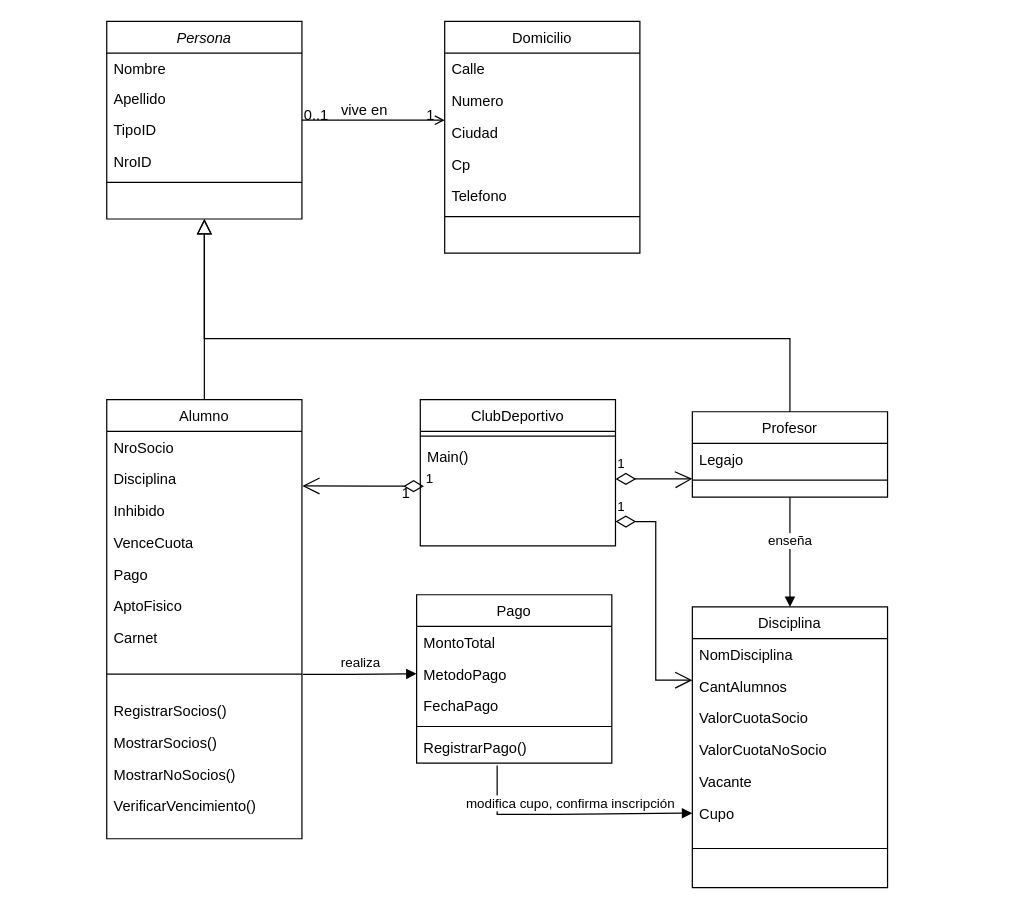
Before: ClubDeportivo.drawio in Alexa-2k/Club, a draw.io diagram. Source tidied: cells renumbered, new cells numbered last; positions are measured from the earlier drawing's top-left corner, leaving out a move shared by most shapes. Both pictures are drawn from the tidied source at 122%, with x=0, y=0 at pixel (106, 21).
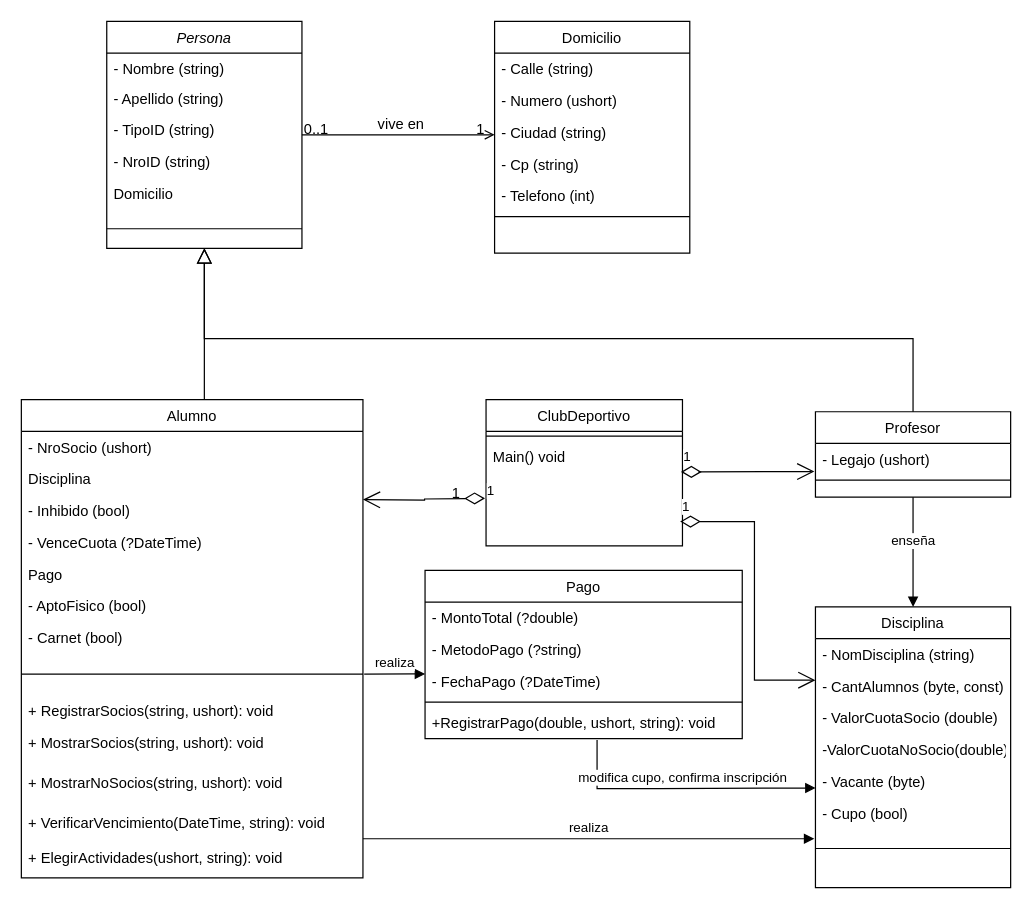
The same page after the edit.

Diff of the diagram source:
```diff
@@
     <mxCell id="2" value="Persona" style="swimlane;fontStyle=2;align=center;verticalAlign=top;horizontal=1;startSize=26;rounded=0;shadow=0;strokeWidth=1;" parent="1" vertex="1">
-      <mxGeometry width="160" height="162" as="geometry" />
+      <mxGeometry width="160" height="186" as="geometry" />
     </mxCell>
-    <mxCell id="3" value="Nombre" style="text;align=left;verticalAlign=top;spacingLeft=4;spacingRight=4;overflow=hidden;" parent="2" vertex="1">
+    <mxCell id="3" value="- Nombre (string)" style="text;align=left;verticalAlign=top;spacingLeft=4;spacingRight=4;overflow=hidden;" parent="2" vertex="1">
       <mxGeometry y="26" width="160" height="24" as="geometry" />
     </mxCell>
-    <mxCell id="4" value="Apellido" style="text;align=left;verticalAlign=top;spacingLeft=4;spacingRight=4;overflow=hidden;rounded=0;shadow=0;html=0;" parent="2" vertex="1">
+    <mxCell id="4" value="- Apellido (string)" style="text;align=left;verticalAlign=top;spacingLeft=4;spacingRight=4;overflow=hidden;rounded=0;shadow=0;html=0;" parent="2" vertex="1">
       <mxGeometry y="50" width="160" height="26" as="geometry" />
     </mxCell>
-    <mxCell id="5" value="TipoID" style="text;align=left;verticalAlign=top;spacingLeft=4;spacingRight=4;overflow=hidden;rounded=0;shadow=0;html=0;" parent="2" vertex="1">
+    <mxCell id="5" value="- TipoID (string)" style="text;align=left;verticalAlign=top;spacingLeft=4;spacingRight=4;overflow=hidden;rounded=0;shadow=0;html=0;" parent="2" vertex="1">
       <mxGeometry y="76" width="160" height="26" as="geometry" />
     </mxCell>
-    <mxCell id="6" value="NroID" style="text;align=left;verticalAlign=top;spacingLeft=4;spacingRight=4;overflow=hidden;rounded=0;shadow=0;html=0;" parent="2" vertex="1">
+    <mxCell id="6" value="- NroID (string)" style="text;align=left;verticalAlign=top;spacingLeft=4;spacingRight=4;overflow=hidden;rounded=0;shadow=0;html=0;" parent="2" vertex="1">
       <mxGeometry y="102" width="160" height="26" as="geometry" />
     </mxCell>
+    <mxCell id="61" value="Domicilio" style="text;align=left;verticalAlign=top;spacingLeft=4;spacingRight=4;overflow=hidden;rounded=0;shadow=0;html=0;" parent="2" vertex="1">
+      <mxGeometry y="128" width="160" height="26" as="geometry" />
+    </mxCell>
     <mxCell id="7" style="line;html=1;strokeWidth=1;align=left;verticalAlign=middle;spacingTop=-1;spacingLeft=3;spacingRight=3;labelPosition=right;" parent="2" vertex="1">
-      <mxGeometry y="128" width="160" height="8" as="geometry" />
+      <mxGeometry y="154" width="160" height="32" as="geometry" />
     </mxCell>
     <mxCell id="8" value="Alumno" style="swimlane;fontStyle=0;align=center;verticalAlign=top;horizontal=1;startSize=26;rounded=0;shadow=0;strokeWidth=1;" parent="1" vertex="1">
-      <mxGeometry y="310" width="160" height="360" as="geometry" />
+      <mxGeometry x="-70" y="310" width="280" height="392" as="geometry" />
     </mxCell>
-    <mxCell id="9" value="NroSocio" style="text;align=left;verticalAlign=top;spacingLeft=4;spacingRight=4;overflow=hidden;" parent="8" vertex="1">
-      <mxGeometry y="26" width="160" height="26" as="geometry" />
+    <mxCell id="9" value="- NroSocio (ushort)" style="text;align=left;verticalAlign=top;spacingLeft=4;spacingRight=4;overflow=hidden;" parent="8" vertex="1">
+      <mxGeometry y="26" width="280" height="26" as="geometry" />
     </mxCell>
-    <mxCell id="10" value="Disciplina" style="text;align=left;verticalAlign=top;spacingLeft=4;spacingRight=4;overflow=hidden;points=[[0,0.5],[1,0.5]];portConstraint=eastwest;" parent="8" vertex="1">
-      <mxGeometry y="52" width="160" height="26" as="geometry" />
+    <mxCell id="10" value="Disciplina  " style="text;align=left;verticalAlign=top;spacingLeft=4;spacingRight=4;overflow=hidden;points=[[0,0.5],[1,0.5]];portConstraint=eastwest;" parent="8" vertex="1">
+      <mxGeometry y="52" width="280" height="26" as="geometry" />
     </mxCell>
-    <mxCell id="11" value="Inhibido" style="text;align=left;verticalAlign=top;spacingLeft=4;spacingRight=4;overflow=hidden;rounded=0;shadow=0;html=0;" parent="8" vertex="1">
-      <mxGeometry y="78" width="160" height="26" as="geometry" />
+    <mxCell id="11" value="- Inhibido (bool)" style="text;align=left;verticalAlign=top;spacingLeft=4;spacingRight=4;overflow=hidden;rounded=0;shadow=0;html=0;" parent="8" vertex="1">
+      <mxGeometry y="78" width="280" height="26" as="geometry" />
     </mxCell>
-    <mxCell id="12" value="VenceCuota" style="text;align=left;verticalAlign=top;spacingLeft=4;spacingRight=4;overflow=hidden;" parent="8" vertex="1">
-      <mxGeometry y="104" width="160" height="26" as="geometry" />
+    <mxCell id="12" value="- VenceCuota (?DateTime)" style="text;align=left;verticalAlign=top;spacingLeft=4;spacingRight=4;overflow=hidden;" parent="8" vertex="1">
+      <mxGeometry y="104" width="280" height="26" as="geometry" />
     </mxCell>
     <mxCell id="13" value="Pago" style="text;align=left;verticalAlign=top;spacingLeft=4;spacingRight=4;overflow=hidden;" parent="8" vertex="1">
-      <mxGeometry y="130" width="160" height="26" as="geometry" />
+      <mxGeometry y="130" width="280" height="26" as="geometry" />
     </mxCell>
-    <mxCell id="14" value="AptoFisico" style="text;align=left;verticalAlign=top;spacingLeft=4;spacingRight=4;overflow=hidden;" parent="8" vertex="1">
-      <mxGeometry y="156" width="160" height="26" as="geometry" />
+    <mxCell id="14" value="- AptoFisico (bool)" style="text;align=left;verticalAlign=top;spacingLeft=4;spacingRight=4;overflow=hidden;" parent="8" vertex="1">
+      <mxGeometry y="156" width="280" height="26" as="geometry" />
     </mxCell>
-    <mxCell id="15" value="Carnet" style="text;align=left;verticalAlign=top;spacingLeft=4;spacingRight=4;overflow=hidden;" parent="8" vertex="1">
-      <mxGeometry y="182" width="160" height="26" as="geometry" />
+    <mxCell id="15" value="- Carnet (bool)" style="text;align=left;verticalAlign=top;spacingLeft=4;spacingRight=4;overflow=hidden;" parent="8" vertex="1">
+      <mxGeometry y="182" width="280" height="26" as="geometry" />
     </mxCell>
     <mxCell id="16" style="line;html=1;strokeWidth=1;align=left;verticalAlign=middle;spacingTop=-1;spacingLeft=3;spacingRight=3;labelPosition=right;" parent="8" vertex="1">
-      <mxGeometry y="208" width="160" height="34" as="geometry" />
+      <mxGeometry y="208" width="280" height="34" as="geometry" />
     </mxCell>
-    <mxCell id="17" value="RegistrarSocios()" style="text;align=left;verticalAlign=top;spacingLeft=4;spacingRight=4;overflow=hidden;" parent="8" vertex="1">
-      <mxGeometry y="242" width="160" height="26" as="geometry" />
+    <mxCell id="17" value="+ RegistrarSocios(string, ushort): void" style="text;align=left;verticalAlign=top;spacingLeft=4;spacingRight=4;overflow=hidden;" parent="8" vertex="1">
+      <mxGeometry y="242" width="280" height="26" as="geometry" />
     </mxCell>
-    <mxCell id="18" value="MostrarSocios()" style="text;align=left;verticalAlign=top;spacingLeft=4;spacingRight=4;overflow=hidden;" parent="8" vertex="1">
-      <mxGeometry y="268" width="160" height="26" as="geometry" />
+    <mxCell id="18" value="+ MostrarSocios(string, ushort): void" style="text;align=left;verticalAlign=top;spacingLeft=4;spacingRight=4;overflow=hidden;" parent="8" vertex="1">
+      <mxGeometry y="268" width="280" height="33" as="geometry" />
     </mxCell>
-    <mxCell id="19" value="MostrarNoSocios()" style="text;align=left;verticalAlign=top;spacingLeft=4;spacingRight=4;overflow=hidden;" parent="8" vertex="1">
-      <mxGeometry y="294" width="160" height="26" as="geometry" />
+    <mxCell id="19" value="+ MostrarNoSocios(string, ushort): void" style="text;align=left;verticalAlign=top;spacingLeft=4;spacingRight=4;overflow=hidden;" parent="8" vertex="1">
+      <mxGeometry y="301" width="280" height="33" as="geometry" />
     </mxCell>
-    <mxCell id="20" value="VerificarVencimiento()" style="text;align=left;verticalAlign=top;spacingLeft=4;spacingRight=4;overflow=hidden;points=[[0,0.5],[1,0.5]];portConstraint=eastwest;" parent="8" vertex="1">
-      <mxGeometry y="320" width="160" height="26" as="geometry" />
+    <mxCell id="20" value="+ VerificarVencimiento(DateTime, string): void" style="text;align=left;verticalAlign=top;spacingLeft=4;spacingRight=4;overflow=hidden;points=[[0,0.5],[1,0.5]];portConstraint=eastwest;" parent="8" vertex="1">
+      <mxGeometry y="334" width="280" height="28" as="geometry" />
     </mxCell>
+    <mxCell id="62" value="+ ElegirActividades(ushort, string): void" style="text;align=left;verticalAlign=top;spacingLeft=4;spacingRight=4;overflow=hidden;" parent="8" vertex="1">
+      <mxGeometry y="362" width="280" height="26" as="geometry" />
+    </mxCell>
     <mxCell id="21" style="endArrow=block;endSize=10;endFill=0;shadow=0;strokeWidth=1;rounded=0;curved=0;edgeStyle=elbowEdgeStyle;elbow=vertical;" parent="1" edge="1" source="8" target="2">
-      <mxGeometry relative="1" as="geometry" />
+      <mxGeometry relative="1" as="geometry">
+        <Array as="points">
+          <mxPoint x="80" y="260" />
+        </Array>
+      </mxGeometry>
     </mxCell>
     <mxCell id="22" value="Profesor" style="swimlane;fontStyle=0;align=center;verticalAlign=top;horizontal=1;startSize=26;rounded=0;shadow=0;strokeWidth=1;" parent="1" vertex="1">
-      <mxGeometry x="480" y="320" width="160" height="70" as="geometry" />
+      <mxGeometry x="580.9" y="320" width="160" height="70" as="geometry" />
     </mxCell>
-    <mxCell id="23" value="Legajo" style="text;align=left;verticalAlign=top;spacingLeft=4;spacingRight=4;overflow=hidden;" parent="22" vertex="1">
+    <mxCell id="23" value="- Legajo (ushort)" style="text;align=left;verticalAlign=top;spacingLeft=4;spacingRight=4;overflow=hidden;" parent="22" vertex="1">
       <mxGeometry y="26" width="160" height="26" as="geometry" />
     </mxCell>
@@
     <mxCell id="26" value="Domicilio" style="swimlane;fontStyle=0;align=center;verticalAlign=top;horizontal=1;startSize=26;rounded=0;shadow=0;strokeWidth=1;" parent="1" vertex="1">
-      <mxGeometry x="277" width="160" height="190" as="geometry" />
+      <mxGeometry x="317.9" width="160" height="190" as="geometry" />
     </mxCell>
-    <mxCell id="27" value="Calle" style="text;align=left;verticalAlign=top;spacingLeft=4;spacingRight=4;overflow=hidden;" parent="26" vertex="1">
+    <mxCell id="27" value="- Calle (string)" style="text;align=left;verticalAlign=top;spacingLeft=4;spacingRight=4;overflow=hidden;" parent="26" vertex="1">
       <mxGeometry y="26" width="160" height="26" as="geometry" />
     </mxCell>
-    <mxCell id="28" value="Numero" style="text;align=left;verticalAlign=top;spacingLeft=4;spacingRight=4;overflow=hidden;rounded=0;shadow=0;html=0;" parent="26" vertex="1">
+    <mxCell id="28" value="- Numero (ushort)" style="text;align=left;verticalAlign=top;spacingLeft=4;spacingRight=4;overflow=hidden;rounded=0;shadow=0;html=0;" parent="26" vertex="1">
       <mxGeometry y="52" width="160" height="26" as="geometry" />
     </mxCell>
-    <mxCell id="29" value="Ciudad" style="text;align=left;verticalAlign=top;spacingLeft=4;spacingRight=4;overflow=hidden;rounded=0;shadow=0;html=0;" parent="26" vertex="1">
+    <mxCell id="29" value="- Ciudad (string)" style="text;align=left;verticalAlign=top;spacingLeft=4;spacingRight=4;overflow=hidden;rounded=0;shadow=0;html=0;" parent="26" vertex="1">
       <mxGeometry y="78" width="160" height="26" as="geometry" />
     </mxCell>
-    <mxCell id="30" value="Cp" style="text;align=left;verticalAlign=top;spacingLeft=4;spacingRight=4;overflow=hidden;rounded=0;shadow=0;html=0;" parent="26" vertex="1">
+    <mxCell id="30" value="- Cp (string)" style="text;align=left;verticalAlign=top;spacingLeft=4;spacingRight=4;overflow=hidden;rounded=0;shadow=0;html=0;" parent="26" vertex="1">
       <mxGeometry y="104" width="160" height="26" as="geometry" />
     </mxCell>
-    <mxCell id="31" value="Telefono" style="text;align=left;verticalAlign=top;spacingLeft=4;spacingRight=4;overflow=hidden;rounded=0;shadow=0;html=0;" parent="26" vertex="1">
+    <mxCell id="31" value="- Telefono (int)" style="text;align=left;verticalAlign=top;spacingLeft=4;spacingRight=4;overflow=hidden;rounded=0;shadow=0;html=0;" parent="26" vertex="1">
       <mxGeometry y="130" width="160" height="26" as="geometry" />
     </mxCell>
@@
     <mxCell id="37" value="Disciplina" style="swimlane;fontStyle=0;align=center;verticalAlign=top;horizontal=1;startSize=26;rounded=0;shadow=0;strokeWidth=1;" parent="1" vertex="1">
-      <mxGeometry x="480" y="480" width="160" height="230" as="geometry" />
+      <mxGeometry x="580.9" y="480" width="160" height="230" as="geometry" />
     </mxCell>
-    <mxCell id="38" value="NomDisciplina" style="text;align=left;verticalAlign=top;spacingLeft=4;spacingRight=4;overflow=hidden;" parent="37" vertex="1">
+    <mxCell id="38" value="- NomDisciplina (string)" style="text;align=left;verticalAlign=top;spacingLeft=4;spacingRight=4;overflow=hidden;" parent="37" vertex="1">
       <mxGeometry y="26" width="160" height="26" as="geometry" />
     </mxCell>
-    <mxCell id="39" value="CantAlumnos" style="text;align=left;verticalAlign=top;spacingLeft=4;spacingRight=4;overflow=hidden;points=[[0,0.5],[1,0.5]];portConstraint=eastwest;rounded=0;shadow=0;html=0;" parent="37" vertex="1">
+    <mxCell id="39" value="- CantAlumnos (byte, const)" style="text;align=left;verticalAlign=top;spacingLeft=4;spacingRight=4;overflow=hidden;points=[[0,0.5],[1,0.5]];portConstraint=eastwest;rounded=0;shadow=0;html=0;" parent="37" vertex="1">
       <mxGeometry y="52" width="160" height="26" as="geometry" />
     </mxCell>
-    <mxCell id="40" value="ValorCuotaSocio" style="text;align=left;verticalAlign=top;spacingLeft=4;spacingRight=4;overflow=hidden;rounded=0;shadow=0;html=0;" parent="37" vertex="1">
+    <mxCell id="40" value="- ValorCuotaSocio (double)" style="text;align=left;verticalAlign=top;spacingLeft=4;spacingRight=4;overflow=hidden;rounded=0;shadow=0;html=0;" parent="37" vertex="1">
       <mxGeometry y="78" width="160" height="26" as="geometry" />
     </mxCell>
-    <mxCell id="41" value="ValorCuotaNoSocio" style="text;align=left;verticalAlign=top;spacingLeft=4;spacingRight=4;overflow=hidden;rounded=0;shadow=0;html=0;" parent="37" vertex="1">
+    <mxCell id="41" value="-ValorCuotaNoSocio(double)" style="text;align=left;verticalAlign=top;spacingLeft=4;spacingRight=4;overflow=hidden;rounded=0;shadow=0;html=0;" parent="37" vertex="1">
       <mxGeometry y="104" width="160" height="26" as="geometry" />
     </mxCell>
-    <mxCell id="42" value="Vacante" style="text;align=left;verticalAlign=top;spacingLeft=4;spacingRight=4;overflow=hidden;points=[[0,0.5],[1,0.5]];portConstraint=eastwest;rounded=0;shadow=0;html=0;" parent="37" vertex="1">
+    <mxCell id="42" value="- Vacante (byte)" style="text;align=left;verticalAlign=top;spacingLeft=4;spacingRight=4;overflow=hidden;points=[[0,0.5],[1,0.5]];portConstraint=eastwest;rounded=0;shadow=0;html=0;" parent="37" vertex="1">
       <mxGeometry y="130" width="160" height="26" as="geometry" />
     </mxCell>
-    <mxCell id="43" value="Cupo" style="text;align=left;verticalAlign=top;spacingLeft=4;spacingRight=4;overflow=hidden;points=[[0,0.5],[1,0.5]];portConstraint=eastwest;rounded=0;shadow=0;html=0;" parent="37" vertex="1">
+    <mxCell id="43" value="- Cupo (bool)" style="text;align=left;verticalAlign=top;spacingLeft=4;spacingRight=4;overflow=hidden;points=[[0,0.5],[1,0.5]];portConstraint=eastwest;rounded=0;shadow=0;html=0;" parent="37" vertex="1">
       <mxGeometry y="156" width="160" height="26" as="geometry" />
     </mxCell>
@@
     <mxCell id="45" value="Pago" style="swimlane;fontStyle=0;align=center;verticalAlign=top;horizontal=1;startSize=26;rounded=0;shadow=0;strokeWidth=1;" parent="1" vertex="1">
-      <mxGeometry x="254" y="470" width="160" height="138" as="geometry" />
+      <mxGeometry x="260.9" y="450" width="260" height="138" as="geometry" />
     </mxCell>
-    <mxCell id="46" value="MontoTotal" style="text;align=left;verticalAlign=top;spacingLeft=4;spacingRight=4;overflow=hidden;" parent="45" vertex="1">
-      <mxGeometry y="26" width="160" height="26" as="geometry" />
+    <mxCell id="46" value="- MontoTotal (?double)" style="text;align=left;verticalAlign=top;spacingLeft=4;spacingRight=4;overflow=hidden;" parent="45" vertex="1">
+      <mxGeometry y="26" width="260" height="26" as="geometry" />
     </mxCell>
-    <mxCell id="47" value="MetodoPago" style="text;align=left;verticalAlign=top;spacingLeft=4;spacingRight=4;overflow=hidden;rounded=0;shadow=0;html=0;" parent="45" vertex="1">
-      <mxGeometry y="52" width="160" height="26" as="geometry" />
+    <mxCell id="47" value="- MetodoPago (?string)" style="text;align=left;verticalAlign=top;spacingLeft=4;spacingRight=4;overflow=hidden;rounded=0;shadow=0;html=0;" parent="45" vertex="1">
+      <mxGeometry y="52" width="260" height="26" as="geometry" />
     </mxCell>
-    <mxCell id="48" value="FechaPago" style="text;align=left;verticalAlign=top;spacingLeft=4;spacingRight=4;overflow=hidden;" parent="45" vertex="1">
-      <mxGeometry y="78" width="160" height="26" as="geometry" />
+    <mxCell id="48" value="- FechaPago (?DateTime)" style="text;align=left;verticalAlign=top;spacingLeft=4;spacingRight=4;overflow=hidden;" parent="45" vertex="1">
+      <mxGeometry y="78" width="260" height="26" as="geometry" />
     </mxCell>
     <mxCell id="49" style="line;html=1;strokeWidth=1;align=left;verticalAlign=middle;spacingTop=-1;spacingLeft=3;spacingRight=3;labelPosition=right;" parent="45" vertex="1">
-      <mxGeometry y="104" width="160" height="8" as="geometry" />
+      <mxGeometry y="104" width="260" height="8" as="geometry" />
     </mxCell>
-    <mxCell id="50" value="RegistrarPago()" style="text;align=left;verticalAlign=top;spacingLeft=4;spacingRight=4;overflow=hidden;" parent="45" vertex="1">
-      <mxGeometry y="112" width="160" height="26" as="geometry" />
+    <mxCell id="50" value="+RegistrarPago(double, ushort, string): void" style="text;align=left;verticalAlign=top;spacingLeft=4;spacingRight=4;overflow=hidden;" parent="45" vertex="1">
+      <mxGeometry y="112" width="260" height="26" as="geometry" />
     </mxCell>
-    <mxCell id="51" value="modifica cupo, confirma inscripción" style="html=1;verticalAlign=bottom;endArrow=block;curved=0;rounded=0;entryX=0;entryY=0.5;entryDx=0;entryDy=0;" parent="1" edge="1" target="43">
+    <mxCell id="51" value="modifica cupo, confirma inscripción" style="html=1;verticalAlign=bottom;endArrow=block;curved=0;rounded=0;entryX=0.001;entryY=0.707;entryDx=0;entryDy=0;entryPerimeter=0;" parent="1" edge="1" target="42">
       <mxGeometry relative="1" as="geometry">
-        <mxPoint x="320" y="610" as="sourcePoint" />
+        <mxPoint x="401.9" y="589" as="sourcePoint" />
         <Array as="points">
-          <mxPoint x="320" y="650" />
-          <mxPoint x="370" y="650" />
+          <mxPoint x="401.9" y="629" />
+          <mxPoint x="451.9" y="629" />
         </Array>
       </mxGeometry>
     </mxCell>
-    <mxCell id="52" value="realiza" style="html=1;verticalAlign=bottom;endArrow=block;curved=0;rounded=0;entryX=-0.005;entryY=0.833;entryDx=0;entryDy=0;entryPerimeter=0;" parent="1" edge="1">
+    <mxCell id="52" value="realiza" style="html=1;verticalAlign=bottom;endArrow=block;curved=0;rounded=0;entryX=0;entryY=1.075;entryDx=0;entryDy=0;entryPerimeter=0;" parent="1" edge="1">
       <mxGeometry relative="1" as="geometry">
-        <mxPoint x="160.8" y="535.2" as="sourcePoint" />
-        <mxPoint x="254" y="534.8" as="targetPoint" />
-        <Array as="points">
-          <mxPoint x="200.8" y="535.2" />
-        </Array>
+        <mxPoint x="211" y="535" as="sourcePoint" />
+        <mxPoint x="261" y="534.9" as="targetPoint" />
       </mxGeometry>
     </mxCell>
     <mxCell id="53" value="ClubDeportivo" style="swimlane;fontStyle=0;align=center;verticalAlign=top;horizontal=1;startSize=26;rounded=0;shadow=0;strokeWidth=1;" parent="1" vertex="1">
-      <mxGeometry x="257" y="310" width="160" height="120" as="geometry" />
+      <mxGeometry x="310.9" y="310" width="161" height="120" as="geometry" />
     </mxCell>
     <mxCell id="54" style="line;html=1;strokeWidth=1;align=left;verticalAlign=middle;spacingTop=-1;spacingLeft=3;spacingRight=3;labelPosition=right;" parent="53" vertex="1">
-      <mxGeometry y="26" width="160" height="8" as="geometry" />
+      <mxGeometry y="26" width="161" height="8" as="geometry" />
     </mxCell>
-    <mxCell id="55" value="Main()" style="text;align=left;verticalAlign=top;spacingLeft=4;spacingRight=4;overflow=hidden;points=[[0,0.5],[1,0.5]];portConstraint=eastwest;rounded=0;shadow=0;html=0;" parent="53" vertex="1">
-      <mxGeometry y="34" width="160" height="26" as="geometry" />
+    <mxCell id="55" value="Main() void" style="text;align=left;verticalAlign=top;spacingLeft=4;spacingRight=4;overflow=hidden;points=[[0,0.5],[1,0.5]];portConstraint=eastwest;rounded=0;shadow=0;html=0;" parent="53" vertex="1">
+      <mxGeometry y="34" width="161" height="26" as="geometry" />
     </mxCell>
     <mxCell id="56" value="1" style="align=right;verticalAlign=bottom;labelBackgroundColor=none;fontSize=12;" parent="1" vertex="1">
-      <mxGeometry x="250" y="395" as="geometry" />
+      <mxGeometry x="290.9" y="395" as="geometry" />
     </mxCell>
@@
-    <mxCell id="58" value="1" style="endArrow=open;html=1;endSize=12;startArrow=diamondThin;startSize=14;startFill=0;edgeStyle=orthogonalEdgeStyle;align=left;verticalAlign=bottom;rounded=0;entryX=1.002;entryY=0.723;entryDx=0;entryDy=0;entryPerimeter=0;" parent="1" edge="1" target="10">
+    <mxCell id="58" value="1" style="endArrow=open;html=1;endSize=12;startArrow=diamondThin;startSize=14;startFill=0;edgeStyle=orthogonalEdgeStyle;align=left;verticalAlign=bottom;rounded=0;" parent="1" edge="1">
       <mxGeometry x="-1" y="3" relative="1" as="geometry">
-        <mxPoint x="260" y="381" as="sourcePoint" />
-        <Array as="points">
-          <mxPoint x="220" y="381" />
-        </Array>
+        <mxPoint x="310" y="391" as="sourcePoint" />
+        <mxPoint x="210" y="392" as="targetPoint" />
       </mxGeometry>
     </mxCell>
-    <mxCell id="59" value="1" style="endArrow=open;html=1;endSize=12;startArrow=diamondThin;startSize=14;startFill=0;edgeStyle=orthogonalEdgeStyle;align=left;verticalAlign=bottom;rounded=0;exitX=1;exitY=1.196;exitDx=0;exitDy=0;exitPerimeter=0;" parent="1" edge="1" source="55">
+    <mxCell id="59" value="1" style="endArrow=open;html=1;endSize=12;startArrow=diamondThin;startSize=14;startFill=0;edgeStyle=orthogonalEdgeStyle;align=left;verticalAlign=bottom;rounded=0;exitX=0.962;exitY=-0.006;exitDx=0;exitDy=0;exitPerimeter=0;" parent="1" edge="1">
       <mxGeometry x="-1" y="3" relative="1" as="geometry">
-        <mxPoint x="480" y="375" as="targetPoint" />
+        <mxPoint x="470.7" y="369.3" as="sourcePoint" />
+        <mxPoint x="580" y="369" as="targetPoint" />
         <Array as="points">
-          <mxPoint x="478" y="375" />
+          <mxPoint x="485" y="369" />
         </Array>
       </mxGeometry>
     </mxCell>
-    <mxCell id="60" value="1" style="endArrow=open;html=1;endSize=12;startArrow=diamondThin;startSize=14;startFill=0;edgeStyle=orthogonalEdgeStyle;align=left;verticalAlign=bottom;rounded=0;exitX=1;exitY=1.196;exitDx=0;exitDy=0;exitPerimeter=0;entryX=0;entryY=0.308;entryDx=0;entryDy=0;entryPerimeter=0;" parent="1" edge="1" target="39">
+    <mxCell id="60" value="1" style="endArrow=open;html=1;endSize=12;startArrow=diamondThin;startSize=14;startFill=0;edgeStyle=orthogonalEdgeStyle;align=left;verticalAlign=bottom;rounded=0;entryX=0;entryY=0.308;entryDx=0;entryDy=0;entryPerimeter=0;" parent="1" edge="1" target="39">
       <mxGeometry x="-1" y="3" relative="1" as="geometry">
-        <mxPoint x="417" y="410" as="sourcePoint" />
+        <mxPoint x="470" y="410" as="sourcePoint" />
         <Array as="points">
-          <mxPoint x="450" y="410" />
-          <mxPoint x="450" y="540" />
+          <mxPoint x="530.9" y="410" />
+          <mxPoint x="530.9" y="540" />
         </Array>
       </mxGeometry>
     </mxCell>
+    <mxCell id="63" value="realiza" style="html=1;verticalAlign=bottom;endArrow=block;curved=0;rounded=0;exitX=1;exitY=0.929;exitDx=0;exitDy=0;exitPerimeter=0;" parent="1" edge="1" source="20">
+      <mxGeometry relative="1" as="geometry">
+        <mxPoint x="580" y="670" as="targetPoint" />
+      </mxGeometry>
+    </mxCell>
```
